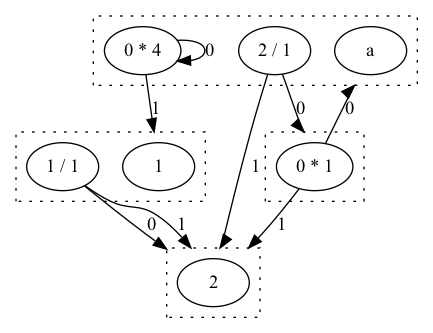
Earlier version of the Graphviz export demo.png (alt-romes/hegg). Its source is kept beside it as demo.gv.
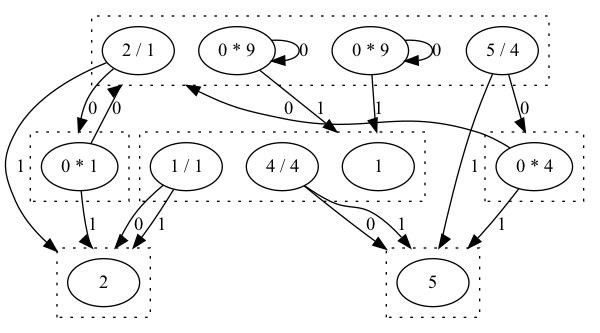
After the commit.

The edit, as a diff of the source:
```diff
@@ -4,8 +4,10 @@
     subgraph cluster_0 {
         graph [style=dotted];
         0.0 [label=a];
-        0.1 [label="0 * 4"];
-        0.2 [label="2 / 1"];
+        0.1 [label="0 * 9"];
+        0.2 [label="0 * 9"];
+        0.0 [label="2 / 1"];
+        0.4 [label="5 / 4"];
     }
     subgraph cluster_1 {
         graph [style=dotted];
@@ -17,22 +19,46 @@
     }
     subgraph cluster_4 {
         graph [style=dotted];
-        4.0 [label=1];
-        4.1 [label="1 / 1"];
+        4.0 [label=5];
+    }
+    subgraph cluster_5 {
+        graph [style=dotted];
+        5.0 [label="0 * 4"];
+    }
+    subgraph cluster_9 {
+        graph [style=dotted];
+        9.0 [label=1];
+        9.1 [label="1 / 1"];
+        9.2 [label="4 / 4"];
     }
     0.1 -> 0.1 [label=0];
-    0.1 -> 4.0 [lhead=cluster_4
+    0.1 -> 9.0 [lhead=cluster_9
                ,label=1];
-    0.2 -> 2.0 [lhead=cluster_2
+    0.2 -> 0.2 [label=0];
+    0.2 -> 9.0 [lhead=cluster_9
+               ,label=1];
+    0.0 -> 2.0 [lhead=cluster_2
                ,label=0];
-    0.2 -> 1.0 [lhead=cluster_1
+    0.0 -> 1.0 [lhead=cluster_1
+               ,label=1];
+    0.4 -> 5.0 [lhead=cluster_5
+               ,label=0];
+    0.4 -> 4.0 [lhead=cluster_4
                ,label=1];
     2.0 -> 0.0 [lhead=cluster_0
                ,label=0];
     2.0 -> 1.0 [lhead=cluster_1
                ,label=1];
-    4.1 -> 1.0 [lhead=cluster_1
+    5.0 -> 0.0 [lhead=cluster_0
                ,label=0];
-    4.1 -> 1.0 [lhead=cluster_1
+    5.0 -> 4.0 [lhead=cluster_4
+               ,label=1];
+    9.1 -> 1.0 [lhead=cluster_1
+               ,label=0];
+    9.1 -> 1.0 [lhead=cluster_1
+               ,label=1];
+    9.2 -> 4.0 [lhead=cluster_4
+               ,label=0];
+    9.2 -> 4.0 [lhead=cluster_4
                ,label=1];
 }
```
